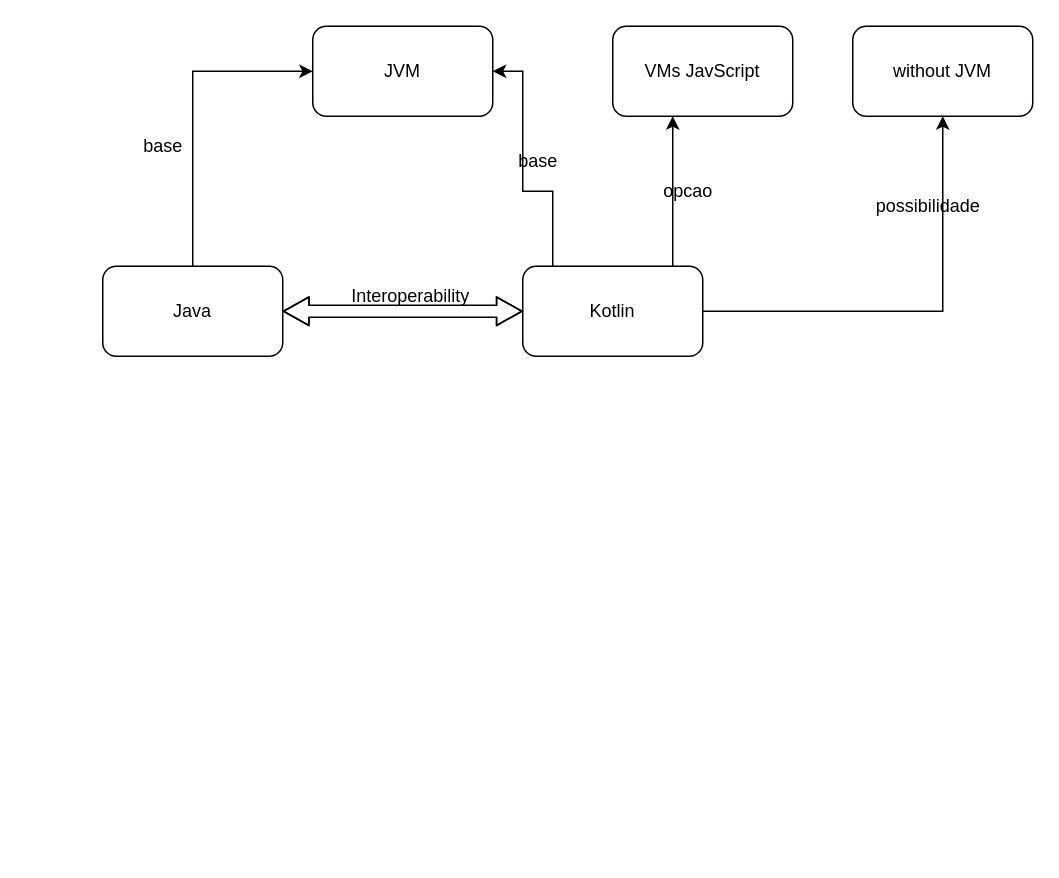
Above: page "Kotlin" (2 of 2) of Kotlin Lang.drawio in julioamorim/drawiorepo (draw.io), before the change. Source tidied: cells renumbered, new cells numbered last; positions are measured from the earlier drawing's top-left corner, leaving out a move shared by most shapes. Both pictures are drawn from the tidied source at 150%, with x=0, y=0 at pixel (102, 26).
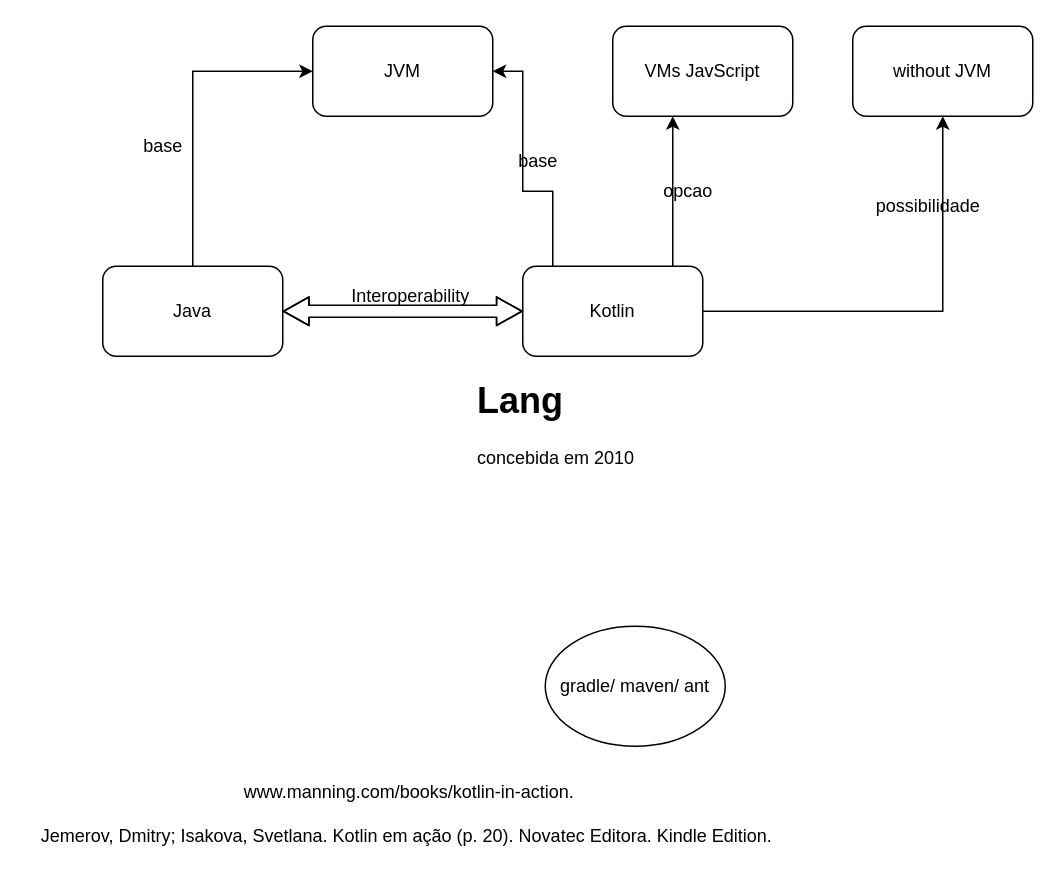
The same diagram, later.

What changed in the source:
```diff
@@
+    <mxCell id="17" value="&lt;h1&gt;&lt;span&gt;Lang&lt;/span&gt;&lt;br&gt;&lt;/h1&gt;&lt;div&gt;&lt;span&gt;concebida em 2010&lt;/span&gt;&lt;/div&gt;" style="text;html=1;strokeColor=none;fillColor=none;spacing=5;spacingTop=-20;whiteSpace=wrap;overflow=hidden;rounded=0;" parent="1" vertex="1">
+      <mxGeometry x="245" y="230" width="190" height="70" as="geometry" />
+    </mxCell>
+    <mxCell id="18" value="gradle/ maven/ ant" style="ellipse;whiteSpace=wrap;html=1;" parent="1" vertex="1">
+      <mxGeometry x="295" y="400" width="120" height="80" as="geometry" />
+    </mxCell>
+    <mxCell id="19" value="&lt;div&gt;www.manning.com/books/kotlin-in-action.&lt;/div&gt;&lt;div&gt;&lt;br&gt;&lt;/div&gt;&lt;div&gt;Jemerov, Dmitry; Isakova, Svetlana. Kotlin em ação (p. 20). Novatec Editora. Kindle Edition.&amp;nbsp;&lt;/div&gt;" style="text;html=1;align=center;verticalAlign=middle;strokeColor=none;fillColor=none;" parent="1" vertex="1">
+      <mxGeometry x="-51" y="500" width="510" height="50" as="geometry" />
+    </mxCell>
```
